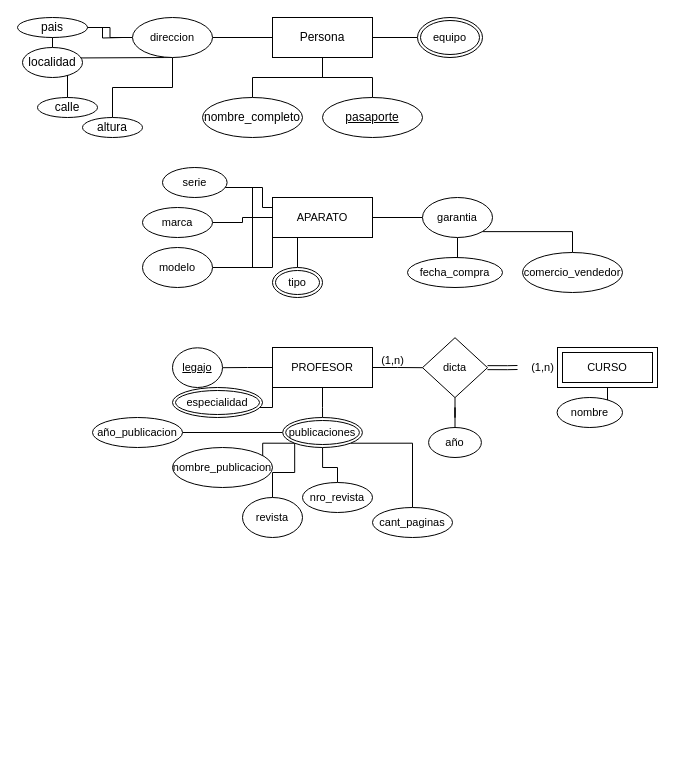
This is page "Page-1" (1 of 3) of Diagrama sin título.drawio from agusitna/bdd, a draw.io file, before an edit. Source tidied: cells renumbered, new cells numbered last; positions are measured from the earlier drawing's top-left corner, leaving out a move shared by most shapes. Both pictures are drawn from the tidied source at 100%, with x=0, y=0 at pixel (17, 17).
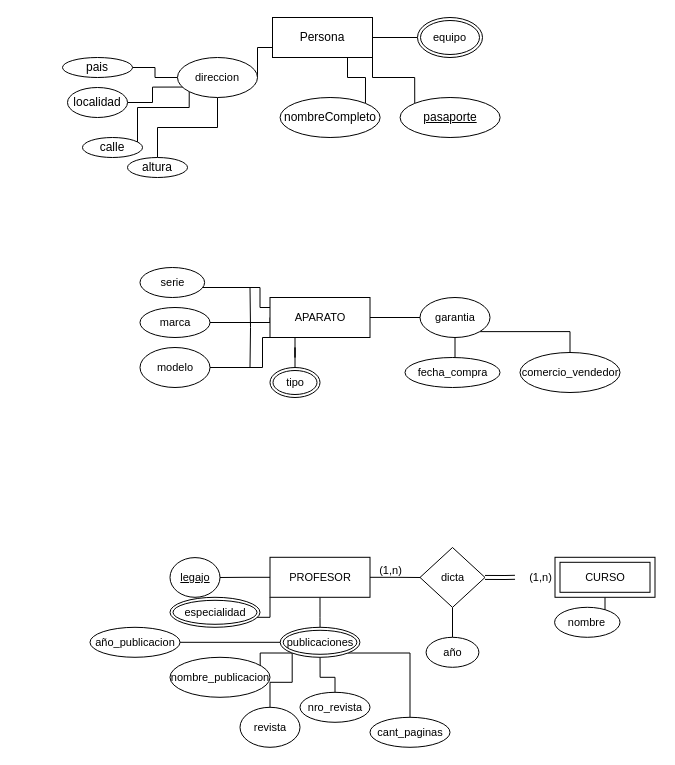
Above is the later version.

The change refers to these unchanged cells:
```xml
<mxCell id="5" value="Persona" style="whiteSpace=wrap;html=1;align=center;" parent="1" vertex="1">
  <mxGeometry x="255" width="100" height="40" as="geometry" />
</mxCell>
```

Change to the diagram source:
```diff
@@
-    <mxCell id="2" style="edgeStyle=orthogonalEdgeStyle;rounded=0;jettySize=auto;html=1;exitX=0.5;exitY=1;exitDx=0;exitDy=0;endArrow=none;endFill=0;" parent="1" edge="1" source="5" target="8">
-      <mxGeometry relative="1" as="geometry" />
-    </mxCell>
-    <mxCell id="3" style="rounded=0;jettySize=auto;html=1;exitX=0;exitY=0.5;exitDx=0;exitDy=0;entryX=1;entryY=0.5;entryDx=0;entryDy=0;endArrow=none;endFill=0;" parent="1" edge="1" source="5" target="26">
-      <mxGeometry relative="1" as="geometry" />
+    <mxCell id="3" style="rounded=0;jettySize=auto;html=1;exitX=0;exitY=0.75;exitDx=0;exitDy=0;entryX=1;entryY=0.5;entryDx=0;entryDy=0;endArrow=none;endFill=0;" parent="1" edge="1" source="5" target="26">
+      <mxGeometry relative="1" as="geometry">
+        <Array as="points">
+          <mxPoint x="240" y="30" />
+        </Array>
+      </mxGeometry>
     </mxCell>
@@
+    <mxCell id="2" style="edgeStyle=orthogonalEdgeStyle;shape=connector;rounded=0;jettySize=auto;html=1;exitX=0.75;exitY=1;exitDx=0;exitDy=0;entryX=1;entryY=0;entryDx=0;entryDy=0;labelBackgroundColor=default;strokeColor=default;fontFamily=Helvetica;fontSize=11;fontColor=default;endArrow=none;endFill=0;" parent="1" edge="1" source="5" target="8">
+      <mxGeometry relative="1" as="geometry" />
+    </mxCell>
+    <mxCell id="63" style="edgeStyle=orthogonalEdgeStyle;shape=connector;rounded=0;jettySize=auto;html=1;exitX=1;exitY=1;exitDx=0;exitDy=0;entryX=0;entryY=0;entryDx=0;entryDy=0;labelBackgroundColor=default;strokeColor=default;fontFamily=Helvetica;fontSize=11;fontColor=default;endArrow=none;endFill=0;" parent="1" edge="1" source="5" target="7">
+      <mxGeometry relative="1" as="geometry" />
+    </mxCell>
@@
-    <mxCell id="6" style="edgeStyle=orthogonalEdgeStyle;rounded=0;jettySize=auto;html=1;endArrow=none;endFill=0;" parent="1" edge="1" source="7" target="5">
-      <mxGeometry relative="1" as="geometry" />
-    </mxCell>
     <mxCell id="7" value="pasaporte" style="ellipse;whiteSpace=wrap;html=1;align=center;fontStyle=4;" parent="1" vertex="1">
-      <mxGeometry x="305" y="80" width="100" height="40" as="geometry" />
+      <mxGeometry x="382.6" y="80" width="100" height="40" as="geometry" />
     </mxCell>
-    <mxCell id="8" value="nombre_completo&lt;br&gt;" style="ellipse;whiteSpace=wrap;html=1;align=center;" parent="1" vertex="1">
-      <mxGeometry x="185" y="80" width="100" height="40" as="geometry" />
+    <mxCell id="8" value="nombreCompleto" style="ellipse;whiteSpace=wrap;html=1;align=center;" parent="1" vertex="1">
+      <mxGeometry x="262.6" y="80" width="100" height="40" as="geometry" />
     </mxCell>
-    <mxCell id="9" style="edgeStyle=orthogonalEdgeStyle;rounded=0;jettySize=auto;html=1;exitX=0.5;exitY=1;exitDx=0;exitDy=0;endArrow=none;endFill=0;" parent="1" edge="1" target="13">
+    <mxCell id="9" style="edgeStyle=orthogonalEdgeStyle;rounded=0;jettySize=auto;html=1;exitX=0;exitY=1;exitDx=0;exitDy=0;endArrow=none;endFill=0;" parent="1" edge="1" source="26" target="13">
       <mxGeometry relative="1" as="geometry">
-        <mxPoint x="155" y="40" as="sourcePoint" />
+        <Array as="points">
+          <mxPoint x="172" y="90" />
+          <mxPoint x="120" y="90" />
+        </Array>
       </mxGeometry>
     </mxCell>
@@
-    <mxCell id="11" style="edgeStyle=orthogonalEdgeStyle;rounded=0;jettySize=auto;html=1;endArrow=none;endFill=0;" parent="1" edge="1" target="15">
-      <mxGeometry relative="1" as="geometry">
-        <mxPoint x="105" y="20" as="sourcePoint" />
-      </mxGeometry>
-    </mxCell>
-    <mxCell id="12" style="edgeStyle=orthogonalEdgeStyle;rounded=0;jettySize=auto;html=1;endArrow=none;endFill=0;exitX=0;exitY=0.5;exitDx=0;exitDy=0;" parent="1" edge="1" source="26" target="16">
-      <mxGeometry relative="1" as="geometry" />
-    </mxCell>
     <mxCell id="13" value="calle" style="ellipse;whiteSpace=wrap;html=1;align=center;" parent="1" vertex="1">
-      <mxGeometry x="20" y="80" width="60" height="20" as="geometry" />
+      <mxGeometry x="65" y="120" width="60" height="20" as="geometry" />
     </mxCell>
     <mxCell id="14" value="altura" style="ellipse;whiteSpace=wrap;html=1;align=center;" parent="1" vertex="1">
-      <mxGeometry x="65" y="100" width="60" height="20" as="geometry" />
+      <mxGeometry x="110" y="140" width="60" height="20" as="geometry" />
     </mxCell>
+    <mxCell id="64" style="edgeStyle=orthogonalEdgeStyle;shape=connector;rounded=0;jettySize=auto;html=1;exitX=1;exitY=0.5;exitDx=0;exitDy=0;entryX=0.073;entryY=0.739;entryDx=0;entryDy=0;entryPerimeter=0;labelBackgroundColor=default;strokeColor=default;fontFamily=Helvetica;fontSize=11;fontColor=default;endArrow=none;endFill=0;" parent="1" edge="1" source="15" target="26">
+      <mxGeometry relative="1" as="geometry" />
+    </mxCell>
     <mxCell id="15" value="localidad" style="ellipse;whiteSpace=wrap;html=1;align=center;" parent="1" vertex="1">
-      <mxGeometry x="5" y="30" width="60" height="30" as="geometry" />
+      <mxGeometry x="50" y="70" width="60" height="30" as="geometry" />
     </mxCell>
+    <mxCell id="65" style="edgeStyle=orthogonalEdgeStyle;shape=connector;rounded=0;jettySize=auto;html=1;exitX=1;exitY=0.5;exitDx=0;exitDy=0;entryX=0;entryY=0.5;entryDx=0;entryDy=0;labelBackgroundColor=default;strokeColor=default;fontFamily=Helvetica;fontSize=11;fontColor=default;endArrow=none;endFill=0;" parent="1" edge="1" source="16" target="26">
+      <mxGeometry relative="1" as="geometry" />
+    </mxCell>
     <mxCell id="16" value="pais" style="ellipse;whiteSpace=wrap;html=1;align=center;" parent="1" vertex="1">
-      <mxGeometry width="70" height="20" as="geometry" />
+      <mxGeometry x="45" y="40" width="70" height="20" as="geometry" />
     </mxCell>
     <mxCell id="17" style="edgeStyle=orthogonalEdgeStyle;shape=connector;rounded=0;jettySize=auto;html=1;exitX=0;exitY=0.5;exitDx=0;exitDy=0;labelBackgroundColor=default;strokeColor=default;fontFamily=Helvetica;fontSize=11;fontColor=default;endArrow=none;endFill=0;entryX=1;entryY=0.5;entryDx=0;entryDy=0;" parent="1" edge="1" source="22" target="23">
-      <mxGeometry relative="1" as="geometry" />
+      <mxGeometry relative="1" as="geometry">
+        <Array as="points">
+          <mxPoint x="253" y="305" />
+        </Array>
+      </mxGeometry>
     </mxCell>
     <mxCell id="18" style="edgeStyle=orthogonalEdgeStyle;shape=connector;rounded=0;jettySize=auto;html=1;exitX=0.25;exitY=1;exitDx=0;exitDy=0;labelBackgroundColor=default;strokeColor=default;fontFamily=Helvetica;fontSize=11;fontColor=default;endArrow=none;endFill=0;entryX=1;entryY=0.5;entryDx=0;entryDy=0;" parent="1" edge="1" source="22" target="24">
       <mxGeometry relative="1" as="geometry">
         <Array as="points">
-          <mxPoint x="255" y="220" />
-          <mxPoint x="255" y="250" />
+          <mxPoint x="245" y="320" />
+          <mxPoint x="245" y="350" />
         </Array>
       </mxGeometry>
     </mxCell>
@@
     <mxCell id="20" style="edgeStyle=orthogonalEdgeStyle;shape=connector;rounded=0;jettySize=auto;html=1;exitX=0.75;exitY=1;exitDx=0;exitDy=0;labelBackgroundColor=default;strokeColor=default;fontFamily=Helvetica;fontSize=11;fontColor=default;endArrow=none;endFill=0;" parent="1" edge="1" source="22" target="27">
       <mxGeometry relative="1" as="geometry">
         <Array as="points">
-          <mxPoint x="330" y="190" />
-          <mxPoint x="245" y="190" />
-          <mxPoint x="245" y="170" />
+          <mxPoint x="327.5" y="290" />
+          <mxPoint x="242.5" y="290" />
+          <mxPoint x="242.5" y="270" />
         </Array>
       </mxGeometry>
     </mxCell>
@@
     <mxCell id="22" value="APARATO" style="whiteSpace=wrap;html=1;align=center;fontFamily=Helvetica;fontSize=11;fontColor=default;" parent="1" vertex="1">
-      <mxGeometry x="255" y="180" width="100" height="40" as="geometry" />
+      <mxGeometry x="252.5" y="280" width="100" height="40" as="geometry" />
     </mxCell>
     <mxCell id="23" value="marca&lt;br&gt;" style="ellipse;whiteSpace=wrap;html=1;align=center;fontFamily=Helvetica;fontSize=11;fontColor=default;" parent="1" vertex="1">
-      <mxGeometry x="125" y="190" width="70" height="30" as="geometry" />
+      <mxGeometry x="122.5" y="290" width="70" height="30" as="geometry" />
     </mxCell>
     <mxCell id="24" value="modelo&lt;br&gt;" style="ellipse;whiteSpace=wrap;html=1;align=center;fontFamily=Helvetica;fontSize=11;fontColor=default;" parent="1" vertex="1">
-      <mxGeometry x="125" y="230" width="70" height="40" as="geometry" />
+      <mxGeometry x="122.5" y="330" width="70" height="40" as="geometry" />
     </mxCell>
     <mxCell id="25" value="tipo" style="ellipse;shape=doubleEllipse;margin=3;whiteSpace=wrap;html=1;align=center;fontFamily=Helvetica;fontSize=11;fontColor=default;" parent="1" vertex="1">
-      <mxGeometry x="255" y="250" width="50" height="30" as="geometry" />
+      <mxGeometry x="252.5" y="350" width="50" height="30" as="geometry" />
     </mxCell>
     <mxCell id="26" value="direccion" style="ellipse;whiteSpace=wrap;html=1;align=center;fontFamily=Helvetica;fontSize=11;fontColor=default;" parent="1" vertex="1">
-      <mxGeometry x="115" width="80" height="40" as="geometry" />
+      <mxGeometry x="160" y="40" width="80" height="40" as="geometry" />
     </mxCell>
     <mxCell id="27" value="serie" style="ellipse;whiteSpace=wrap;html=1;align=center;fontFamily=Helvetica;fontSize=11;fontColor=default;" parent="1" vertex="1">
-      <mxGeometry x="145" y="150" width="64.6" height="30" as="geometry" />
+      <mxGeometry x="122.5" y="250" width="64.6" height="30" as="geometry" />
     </mxCell>
     <mxCell id="28" style="edgeStyle=none;orthogonalLoop=1;jettySize=auto;html=1;rounded=0;labelBackgroundColor=default;strokeColor=default;fontFamily=Helvetica;fontSize=11;fontColor=default;endArrow=none;endFill=0;shape=connector;" parent="1" edge="1">
       <mxGeometry relative="1" as="geometry">
-        <mxPoint x="235" y="170" as="sourcePoint" />
-        <mxPoint x="235" y="250" as="targetPoint" />
+        <mxPoint x="232.5" y="270" as="sourcePoint" />
+        <mxPoint x="232.5" y="350" as="targetPoint" />
+        <Array as="points">
+          <mxPoint x="233" y="310" />
+        </Array>
       </mxGeometry>
     </mxCell>
@@
     <mxCell id="31" value="garantia" style="ellipse;whiteSpace=wrap;html=1;align=center;fontFamily=Helvetica;fontSize=11;fontColor=default;" parent="1" vertex="1">
-      <mxGeometry x="405" y="180" width="70" height="40" as="geometry" />
+      <mxGeometry x="402.5" y="280" width="70" height="40" as="geometry" />
     </mxCell>
     <mxCell id="32" value="fecha_compra" style="ellipse;whiteSpace=wrap;html=1;align=center;fontFamily=Helvetica;fontSize=11;fontColor=default;" parent="1" vertex="1">
-      <mxGeometry x="390" y="240" width="95" height="30" as="geometry" />
+      <mxGeometry x="387.5" y="340" width="95" height="30" as="geometry" />
     </mxCell>
     <mxCell id="33" value="comercio_vendedor" style="ellipse;whiteSpace=wrap;html=1;align=center;fontFamily=Helvetica;fontSize=11;fontColor=default;" parent="1" vertex="1">
-      <mxGeometry x="505" y="235" width="100" height="40" as="geometry" />
+      <mxGeometry x="502.5" y="335" width="100" height="40" as="geometry" />
     </mxCell>
@@
     <mxCell id="38" value="PROFESOR" style="whiteSpace=wrap;html=1;align=center;fontFamily=Helvetica;fontSize=11;fontColor=default;" parent="1" vertex="1">
-      <mxGeometry x="255" y="330" width="100" height="40" as="geometry" />
+      <mxGeometry x="252.5" y="539.8" width="100" height="40" as="geometry" />
     </mxCell>
     <mxCell id="39" value="legajo" style="ellipse;whiteSpace=wrap;html=1;align=center;fontStyle=4;fontFamily=Helvetica;fontSize=11;fontColor=default;" parent="1" vertex="1">
-      <mxGeometry x="155" y="330.3" width="50" height="39.7" as="geometry" />
+      <mxGeometry x="152.5" y="540.1" width="50" height="39.7" as="geometry" />
     </mxCell>
     <mxCell id="40" value="especialidad" style="ellipse;shape=doubleEllipse;margin=3;whiteSpace=wrap;html=1;align=center;fontFamily=Helvetica;fontSize=11;fontColor=default;" parent="1" vertex="1">
-      <mxGeometry x="155" y="370" width="90" height="30" as="geometry" />
+      <mxGeometry x="152.5" y="579.8" width="90" height="30" as="geometry" />
     </mxCell>
     <mxCell id="41" style="edgeStyle=orthogonalEdgeStyle;shape=link;rounded=0;jettySize=auto;html=1;exitX=1;exitY=0.5;exitDx=0;exitDy=0;labelBackgroundColor=default;strokeColor=default;fontFamily=Helvetica;fontSize=11;fontColor=default;endArrow=none;endFill=0;" parent="1" edge="1" source="49">
       <mxGeometry relative="1" as="geometry">
-        <mxPoint x="545" y="350.2" as="targetPoint" />
+        <mxPoint x="542.5" y="560" as="targetPoint" />
       </mxGeometry>
     </mxCell>
@@
     <mxCell id="43" value="dicta" style="shape=rhombus;perimeter=rhombusPerimeter;whiteSpace=wrap;html=1;align=center;fontFamily=Helvetica;fontSize=11;fontColor=default;" parent="1" vertex="1">
-      <mxGeometry x="405" y="320.2" width="65" height="59.9" as="geometry" />
+      <mxGeometry x="402.5" y="530" width="65" height="59.9" as="geometry" />
     </mxCell>
@@
     <mxCell id="45" value="CURSO" style="shape=ext;margin=3;double=1;whiteSpace=wrap;html=1;align=center;fontFamily=Helvetica;fontSize=11;fontColor=default;" parent="1" vertex="1">
-      <mxGeometry x="540" y="330" width="100" height="40" as="geometry" />
+      <mxGeometry x="537.5" y="539.8" width="100" height="40" as="geometry" />
     </mxCell>
     <mxCell id="46" value="nombre" style="ellipse;whiteSpace=wrap;html=1;align=center;fontFamily=Helvetica;fontSize=11;fontColor=default;" parent="1" vertex="1">
-      <mxGeometry x="539.6" y="380" width="65.4" height="30" as="geometry" />
+      <mxGeometry x="537.1" y="589.8" width="65.4" height="30" as="geometry" />
     </mxCell>
     <mxCell id="47" value="año" style="ellipse;whiteSpace=wrap;html=1;align=center;fontFamily=Helvetica;fontSize=11;fontColor=default;" parent="1" vertex="1">
-      <mxGeometry x="411.1" y="410" width="52.8" height="30" as="geometry" />
+      <mxGeometry x="408.6" y="619.8" width="52.8" height="30" as="geometry" />
     </mxCell>
@@
     <mxCell id="49" value="(1,n)" style="text;html=1;align=center;verticalAlign=middle;points=[];strokeColor=none;fillColor=none;fontSize=11;fontFamily=Helvetica;fontColor=default;" parent="1" vertex="1">
-      <mxGeometry x="500" y="335" width="50" height="30" as="geometry" />
+      <mxGeometry x="497.5" y="544.8" width="50" height="30" as="geometry" />
     </mxCell>
     <mxCell id="50" value="(1,n)&lt;br&gt;" style="text;html=1;align=center;verticalAlign=middle;strokeColor=none;fillColor=none;fontSize=11;fontFamily=Helvetica;fontColor=default;" parent="1" vertex="1">
-      <mxGeometry x="350" y="328" width="50" height="30" as="geometry" />
+      <mxGeometry x="347.5" y="537.8" width="50" height="30" as="geometry" />
     </mxCell>
@@
     <mxCell id="57" value="publicaciones" style="ellipse;shape=doubleEllipse;margin=3;whiteSpace=wrap;html=1;align=center;fontFamily=Helvetica;fontSize=11;fontColor=default;" parent="1" vertex="1">
-      <mxGeometry x="265.2" y="400" width="79.7" height="30" as="geometry" />
+      <mxGeometry x="262.7" y="609.8" width="79.7" height="30" as="geometry" />
     </mxCell>
     <mxCell id="58" value="nombre_publicacion" style="ellipse;whiteSpace=wrap;html=1;align=center;fontFamily=Helvetica;fontSize=11;fontColor=default;" parent="1" vertex="1">
-      <mxGeometry x="155" y="430" width="100" height="40" as="geometry" />
+      <mxGeometry x="152.5" y="639.8" width="100" height="40" as="geometry" />
     </mxCell>
     <mxCell id="59" value="revista" style="ellipse;whiteSpace=wrap;html=1;align=center;fontFamily=Helvetica;fontSize=11;fontColor=default;" parent="1" vertex="1">
-      <mxGeometry x="225" y="480" width="60" height="40" as="geometry" />
+      <mxGeometry x="222.5" y="689.8" width="60" height="40" as="geometry" />
     </mxCell>
     <mxCell id="60" value="nro_revista" style="ellipse;whiteSpace=wrap;html=1;align=center;fontFamily=Helvetica;fontSize=11;fontColor=default;" parent="1" vertex="1">
-      <mxGeometry x="285" y="465" width="70" height="30" as="geometry" />
+      <mxGeometry x="282.5" y="674.8" width="70" height="30" as="geometry" />
     </mxCell>
     <mxCell id="61" value="cant_paginas" style="ellipse;whiteSpace=wrap;html=1;align=center;fontFamily=Helvetica;fontSize=11;fontColor=default;" parent="1" vertex="1">
-      <mxGeometry x="355" y="490" width="80" height="30" as="geometry" />
+      <mxGeometry x="352.5" y="699.8" width="80" height="30" as="geometry" />
     </mxCell>
     <mxCell id="62" value="año_publicacion" style="ellipse;whiteSpace=wrap;html=1;align=center;fontFamily=Helvetica;fontSize=11;fontColor=default;" parent="1" vertex="1">
-      <mxGeometry x="75" y="400" width="90" height="30" as="geometry" />
+      <mxGeometry x="72.5" y="609.8" width="90" height="30" as="geometry" />
     </mxCell>
```
